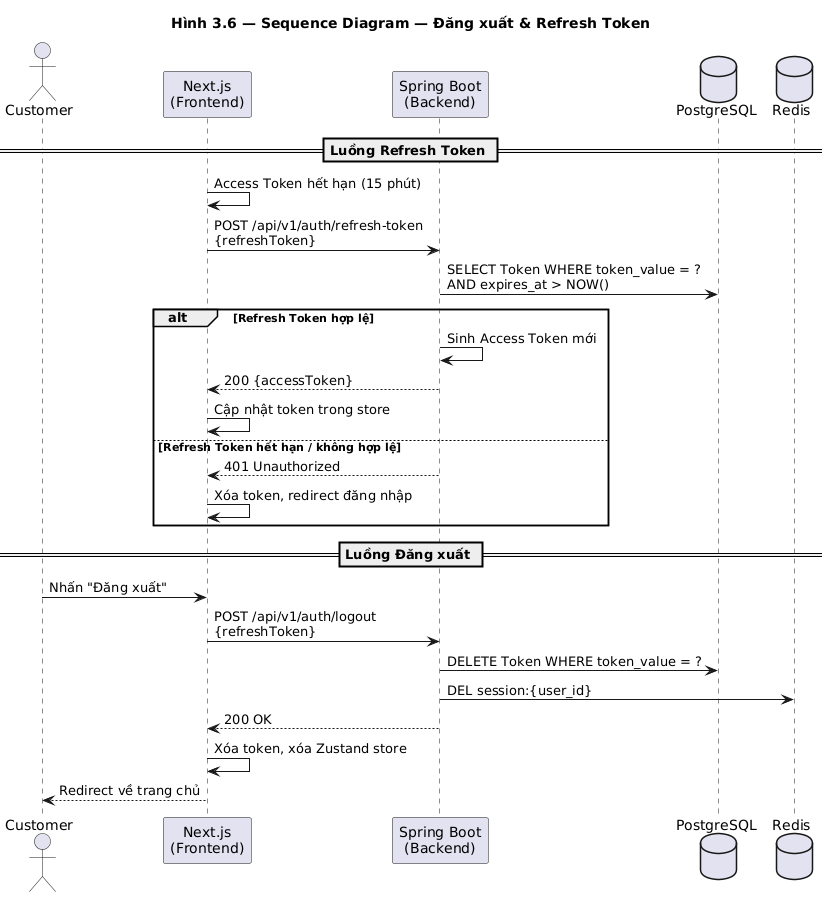
Above: docs/diagrams/images/seq_logout_refresh.png in huuhieu56/PC-Parts-ECommerce (PlantUML), before the change. Its diagram source:
```plantuml
@startuml seq_logout_refresh
title Hình 3.6 — Sequence Diagram — Đăng xuất & Refresh Token

actor Customer
participant "Next.js\n(Frontend)" as FE
participant "Spring Boot\n(Backend)" as BE
database "PostgreSQL" as DB
database "Redis" as Cache

== Luồng Refresh Token ==
FE -> FE : Access Token hết hạn (15 phút)
FE -> BE : POST /api/v1/auth/refresh-token\n{refreshToken}
BE -> DB : SELECT Token WHERE token_value = ?\nAND expires_at > NOW()

alt Refresh Token hợp lệ
    BE -> BE : Sinh Access Token mới
    BE --> FE : 200 {accessToken}
    FE -> FE : Cập nhật token trong store
else Refresh Token hết hạn / không hợp lệ
    BE --> FE : 401 Unauthorized
    FE -> FE : Xóa token, redirect đăng nhập
end

== Luồng Đăng xuất ==
Customer -> FE : Nhấn "Đăng xuất"
FE -> BE : POST /api/v1/auth/logout\n{refreshToken}
BE -> DB : DELETE Token WHERE token_value = ?
BE -> Cache : DEL session:{user_id}
BE --> FE : 200 OK
FE -> FE : Xóa token, xóa Zustand store
FE --> Customer : Redirect về trang chủ

@enduml
```
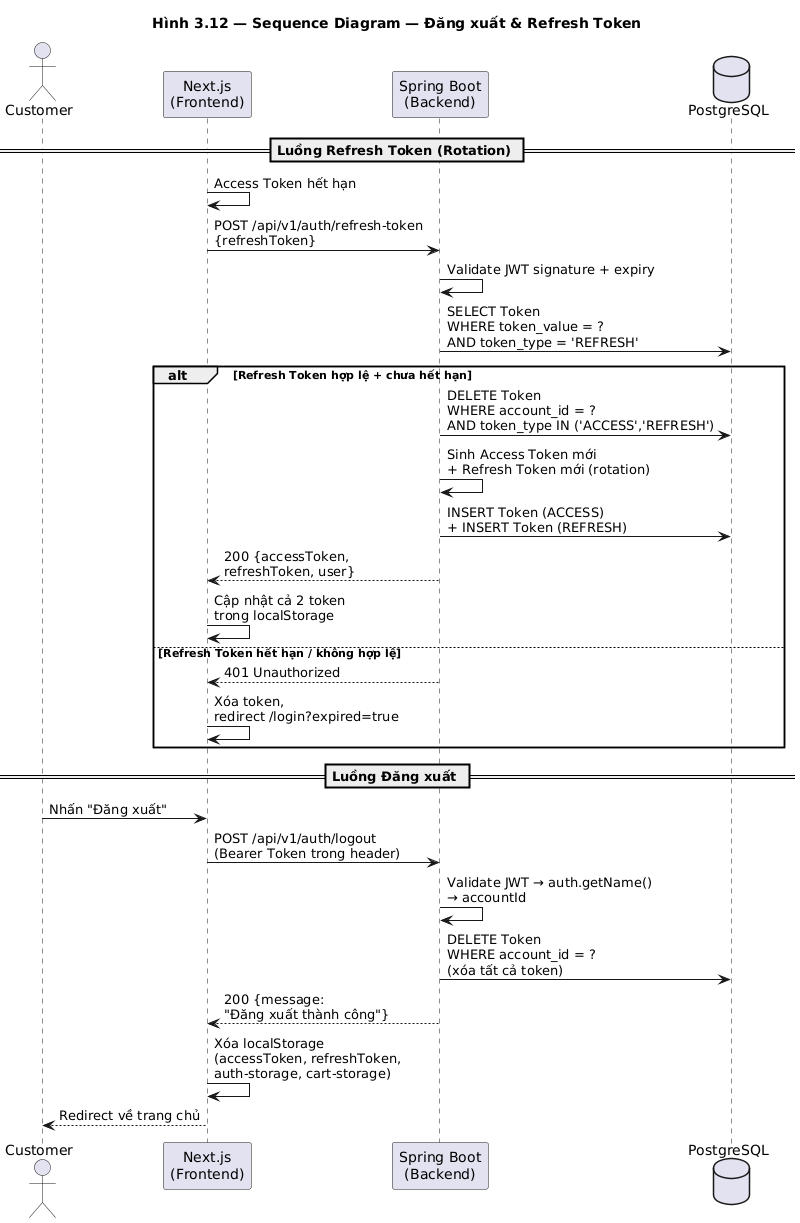
Above is the later version.

Change to the diagram source:
```diff
@@ -1,33 +1,35 @@
 @startuml seq_logout_refresh
-title Hình 3.6 — Sequence Diagram — Đăng xuất & Refresh Token
+title Hình 3.12 — Sequence Diagram — Đăng xuất & Refresh Token
 
 actor Customer
 participant "Next.js\n(Frontend)" as FE
 participant "Spring Boot\n(Backend)" as BE
 database "PostgreSQL" as DB
-database "Redis" as Cache
 
-== Luồng Refresh Token ==
-FE -> FE : Access Token hết hạn (15 phút)
+== Luồng Refresh Token (Rotation) ==
+FE -> FE : Access Token hết hạn
 FE -> BE : POST /api/v1/auth/refresh-token\n{refreshToken}
-BE -> DB : SELECT Token WHERE token_value = ?\nAND expires_at > NOW()
+BE -> BE : Validate JWT signature + expiry
+BE -> DB : SELECT Token\nWHERE token_value = ?\nAND token_type = 'REFRESH'
 
-alt Refresh Token hợp lệ
-    BE -> BE : Sinh Access Token mới
-    BE --> FE : 200 {accessToken}
-    FE -> FE : Cập nhật token trong store
+alt Refresh Token hợp lệ + chưa hết hạn
+    BE -> DB : DELETE Token\nWHERE account_id = ?\nAND token_type IN ('ACCESS','REFRESH')
+    BE -> BE : Sinh Access Token mới\n+ Refresh Token mới (rotation)
+    BE -> DB : INSERT Token (ACCESS)\n+ INSERT Token (REFRESH)
+    BE --> FE : 200 {accessToken,\nrefreshToken, user}
+    FE -> FE : Cập nhật cả 2 token\ntrong localStorage
 else Refresh Token hết hạn / không hợp lệ
     BE --> FE : 401 Unauthorized
-    FE -> FE : Xóa token, redirect đăng nhập
+    FE -> FE : Xóa token,\nredirect /login?expired=true
 end
 
 == Luồng Đăng xuất ==
 Customer -> FE : Nhấn "Đăng xuất"
-FE -> BE : POST /api/v1/auth/logout\n{refreshToken}
-BE -> DB : DELETE Token WHERE token_value = ?
-BE -> Cache : DEL session:{user_id}
-BE --> FE : 200 OK
-FE -> FE : Xóa token, xóa Zustand store
+FE -> BE : POST /api/v1/auth/logout\n(Bearer Token trong header)
+BE -> BE : Validate JWT → auth.getName()\n→ accountId
+BE -> DB : DELETE Token\nWHERE account_id = ?\n(xóa tất cả token)
+BE --> FE : 200 {message:\n"Đăng xuất thành công"}
+FE -> FE : Xóa localStorage\n(accessToken, refreshToken,\nauth-storage, cart-storage)
 FE --> Customer : Redirect về trang chủ
 
 @enduml
```
